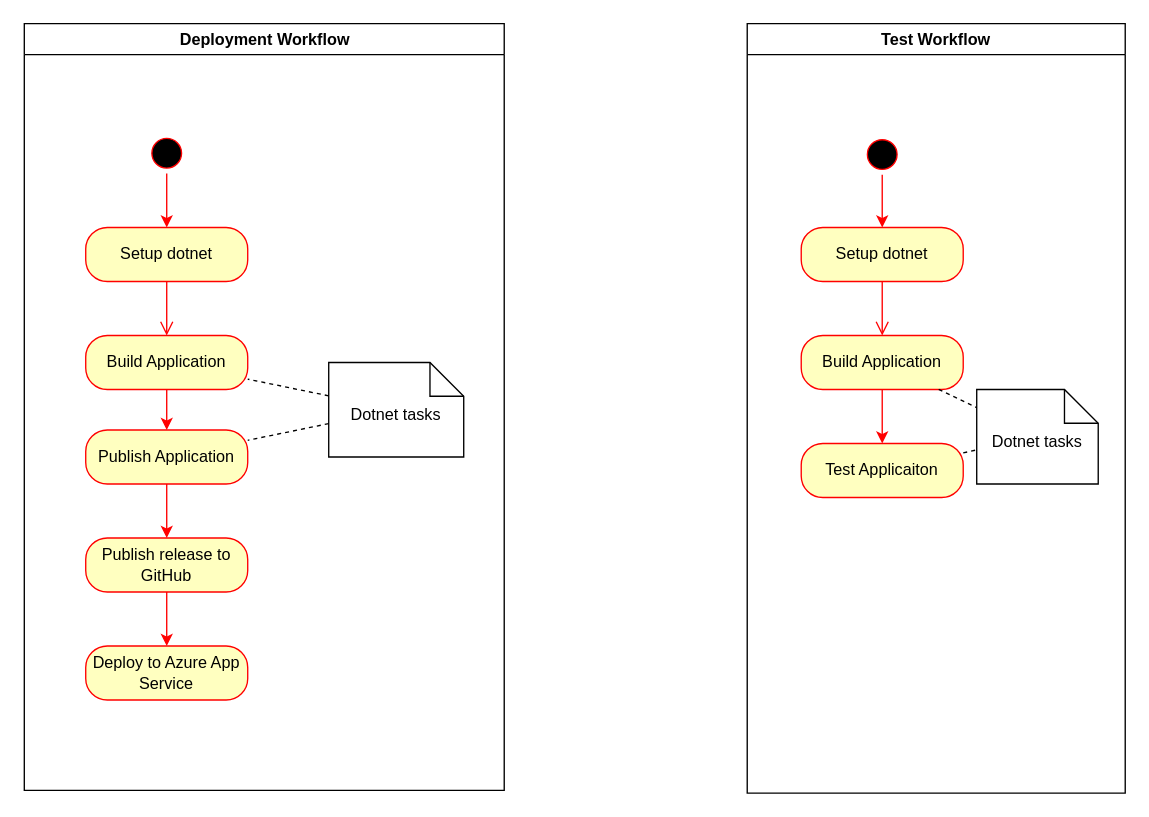
Before: docs/diagrams/WorkflowActivity.drawio in ITU-BDSA23-GROUP21/Chirp, a draw.io diagram. Source tidied: cells renumbered, new cells numbered last; positions are measured from the earlier drawing's top-left corner, leaving out a move shared by most shapes. Both pictures are drawn from the tidied source at 135%, with x=0, y=0 at pixel (23, 23).
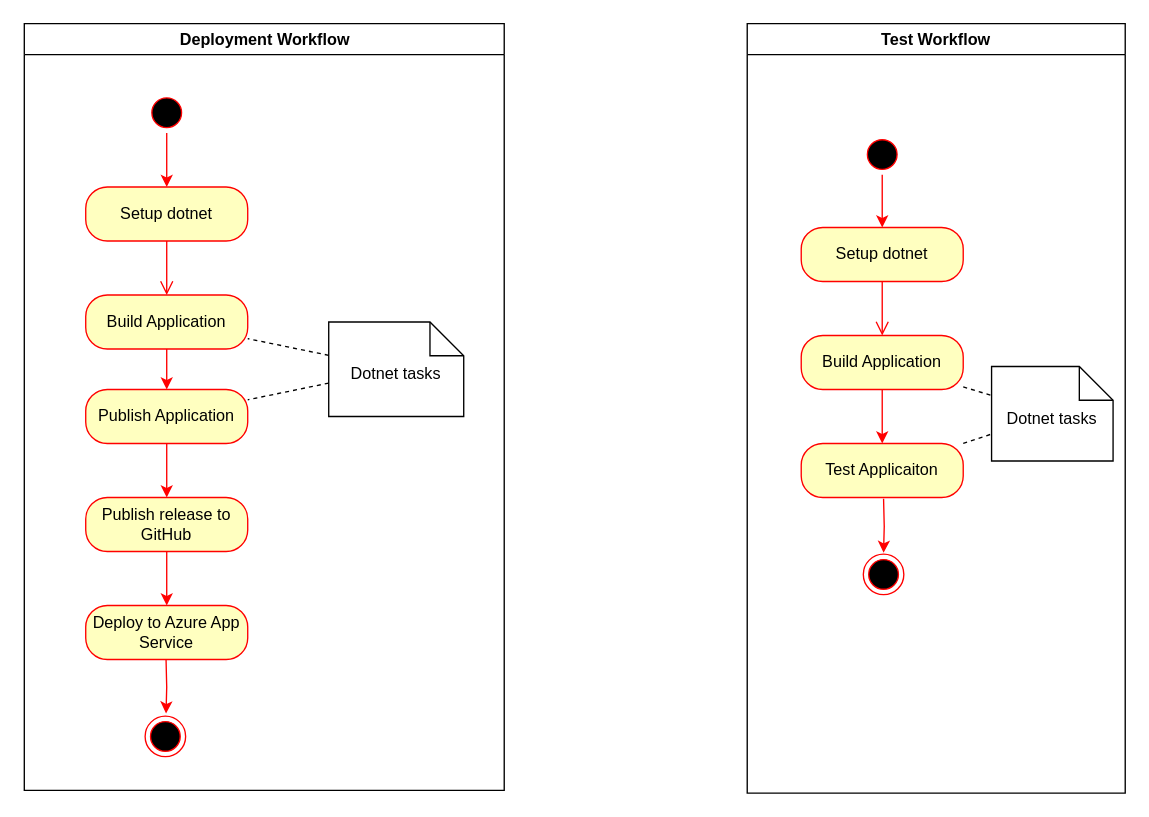
The same page after the edit.

Commit message:
end point added

Unchanged cells that the change refers to:
```xml
<mxCell id="2" value="Deployment Workflow" style="swimlane;whiteSpace=wrap;" parent="1" vertex="1">
  <mxGeometry x="0.5" width="355.5" height="568" as="geometry" />
</mxCell>
<mxCell id="17" value="Test Workflow" style="swimlane;whiteSpace=wrap;fillColor=default;" parent="1" vertex="1">
  <mxGeometry x="536" width="280" height="570" as="geometry" />
</mxCell>
```

The edit, as a diff of the source:
```diff
@@
     <mxCell id="3" value="Setup dotnet" style="rounded=1;whiteSpace=wrap;html=1;arcSize=40;fontColor=#000000;fillColor=#ffffc0;strokeColor=#ff0000;" parent="2" vertex="1">
-      <mxGeometry x="45.5" y="151" width="120" height="40" as="geometry" />
+      <mxGeometry x="45.5" y="121" width="120" height="40" as="geometry" />
     </mxCell>
@@
     <mxCell id="6" value="Build Application" style="rounded=1;whiteSpace=wrap;html=1;arcSize=40;fontColor=#000000;fillColor=#ffffc0;strokeColor=#ff0000;" parent="2" vertex="1">
-      <mxGeometry x="45.5" y="231" width="120" height="40" as="geometry" />
+      <mxGeometry x="45.5" y="201" width="120" height="40" as="geometry" />
     </mxCell>
     <mxCell id="7" value="Publish Application" style="rounded=1;whiteSpace=wrap;html=1;arcSize=40;fontColor=#000000;fillColor=#ffffc0;strokeColor=#ff0000;" parent="2" vertex="1">
-      <mxGeometry x="45.5" y="301" width="120" height="40" as="geometry" />
+      <mxGeometry x="45.5" y="271" width="120" height="40" as="geometry" />
     </mxCell>
     <mxCell id="8" value="Dotnet tasks" style="shape=note2;boundedLbl=1;whiteSpace=wrap;html=1;size=25;verticalAlign=top;align=center;" parent="2" vertex="1">
-      <mxGeometry x="225.5" y="251" width="100" height="70" as="geometry" />
+      <mxGeometry x="225.5" y="221" width="100" height="70" as="geometry" />
     </mxCell>
     <mxCell id="9" value="Publish release to GitHub" style="rounded=1;whiteSpace=wrap;html=1;arcSize=40;fontColor=#000000;fillColor=#ffffc0;strokeColor=#ff0000;" parent="2" vertex="1">
-      <mxGeometry x="45.5" y="381" width="120" height="40" as="geometry" />
+      <mxGeometry x="45.5" y="351" width="120" height="40" as="geometry" />
     </mxCell>
@@
     <mxCell id="11" value="Deploy to Azure App Service" style="rounded=1;whiteSpace=wrap;html=1;arcSize=40;fontColor=#000000;fillColor=#ffffc0;strokeColor=#ff0000;" parent="2" vertex="1">
-      <mxGeometry x="45.5" y="461" width="120" height="40" as="geometry" />
+      <mxGeometry x="45.5" y="431" width="120" height="40" as="geometry" />
     </mxCell>
@@
     <mxCell id="16" style="ellipse;html=1;shape=startState;fillColor=#000000;strokeColor=#ff0000;" parent="2" vertex="1">
-      <mxGeometry x="90.5" y="81" width="30" height="30" as="geometry" />
+      <mxGeometry x="90.5" y="51" width="30" height="30" as="geometry" />
     </mxCell>
+    <mxCell id="28" style="ellipse;html=1;shape=endState;fillColor=#000000;strokeColor=#ff0000;" parent="2" vertex="1">
+      <mxGeometry x="89.5" y="513" width="30" height="30" as="geometry" />
+    </mxCell>
+    <mxCell id="29" style="edgeStyle=orthogonalEdgeStyle;rounded=0;orthogonalLoop=1;jettySize=auto;html=1;strokeColor=#FF0000;" parent="2" edge="1">
+      <mxGeometry relative="1" as="geometry">
+        <mxPoint x="105" y="471" as="sourcePoint" />
+        <mxPoint x="105" y="511" as="targetPoint" />
+      </mxGeometry>
+    </mxCell>
@@
     <mxCell id="25" value="Dotnet tasks" style="shape=note2;boundedLbl=1;whiteSpace=wrap;html=1;size=25;verticalAlign=top;align=center;" parent="17" vertex="1">
-      <mxGeometry x="170" y="271" width="90" height="70" as="geometry" />
+      <mxGeometry x="181" y="254" width="90" height="70" as="geometry" />
     </mxCell>
@@
+    <mxCell id="30" style="ellipse;html=1;shape=endState;fillColor=#000000;strokeColor=#ff0000;" parent="17" vertex="1">
+      <mxGeometry x="86" y="393" width="30" height="30" as="geometry" />
+    </mxCell>
+    <mxCell id="31" style="edgeStyle=orthogonalEdgeStyle;rounded=0;orthogonalLoop=1;jettySize=auto;html=1;strokeColor=#FF0000;" parent="1" edge="1">
+      <mxGeometry relative="1" as="geometry">
+        <mxPoint x="637" y="352" as="sourcePoint" />
+        <mxPoint x="637" y="392" as="targetPoint" />
+      </mxGeometry>
+    </mxCell>
```
